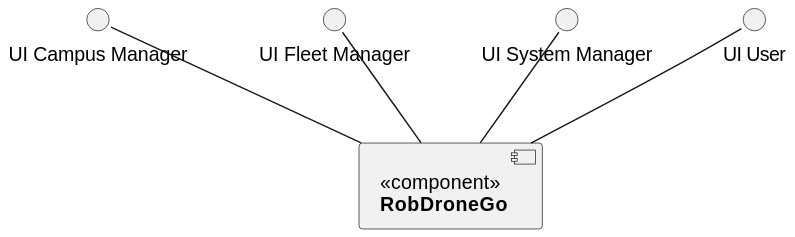
Earlier version of the PlantUML export Visualization/docs/Level_1/Diagrams/LogicalView.svg (Pedro-Pereira1/sem5pi_23_24_g056_Visualization).
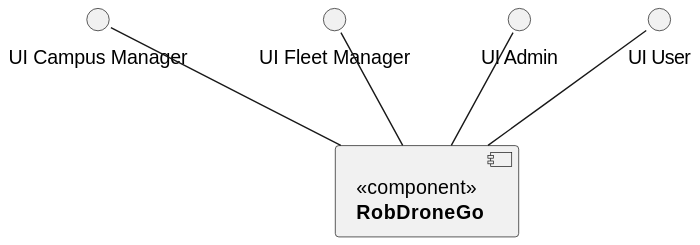
The same diagram one commit later.

Commit message:
Update UI System Manager to UI Admin

What changed in the source:
```diff
@@ -1,7 +1,8 @@
 @startuml
+
 () "UI Campus Manager" as CM
 () "UI Fleet Manager" as FM
-() "UI System Manager" as SM
+() "UI Admin" as SM
 () "UI User" as U
 
 component RDG [
@@ -13,4 +14,5 @@
 FM -d- RDG
 SM -d- RDG
 U  -d- RDG
+
 @enduml
```
